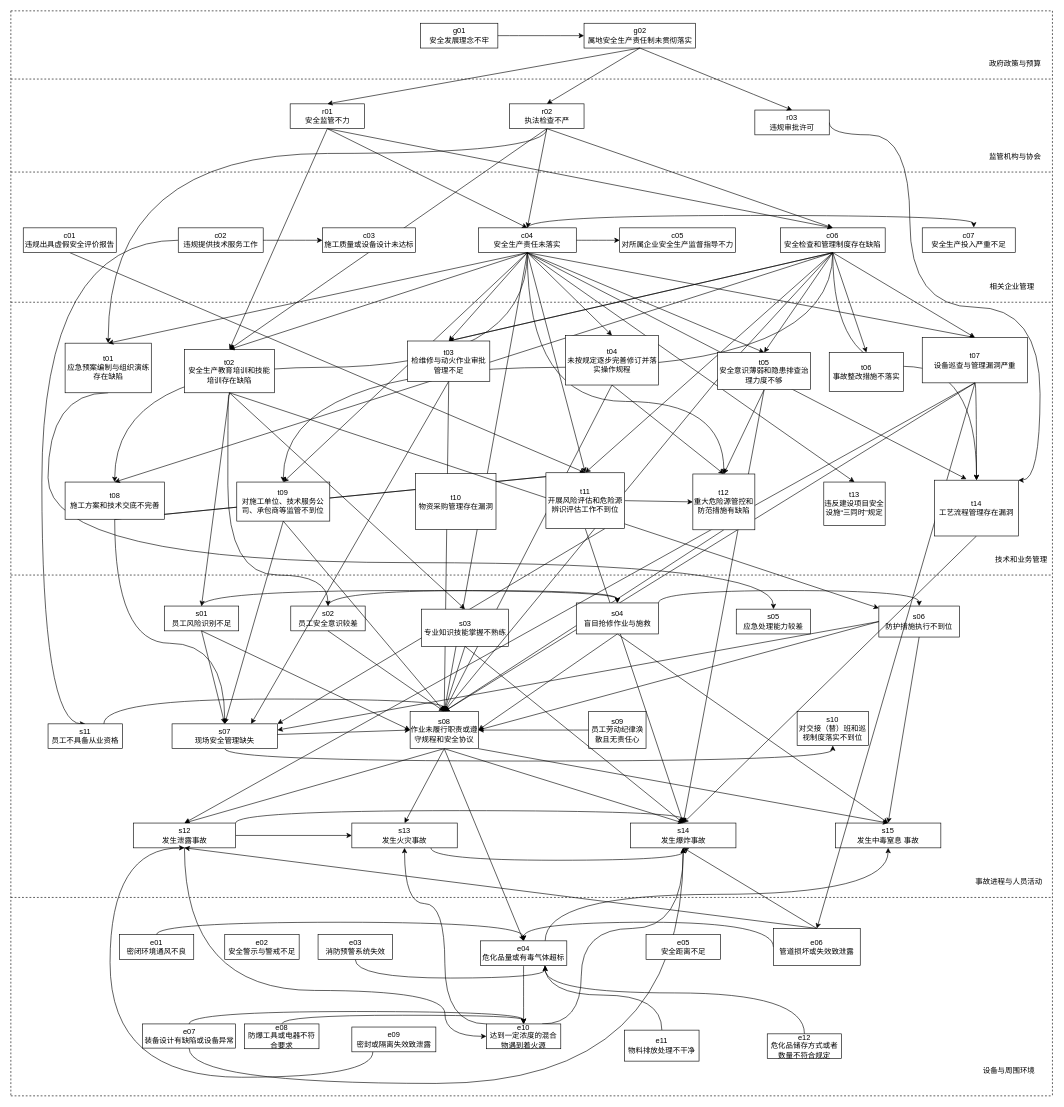
fangjiarong/docs keeps this draw.io diagram as 剔除次数少于5.drawio. Above is the earlier version. Source tidied: cells renumbered, new cells numbered last; positions are measured from the earlier drawing's top-left corner, leaving out a move shared by most shapes. Both pictures are drawn from the tidied source at 62%, with x=0, y=0 at pixel (11, 11).
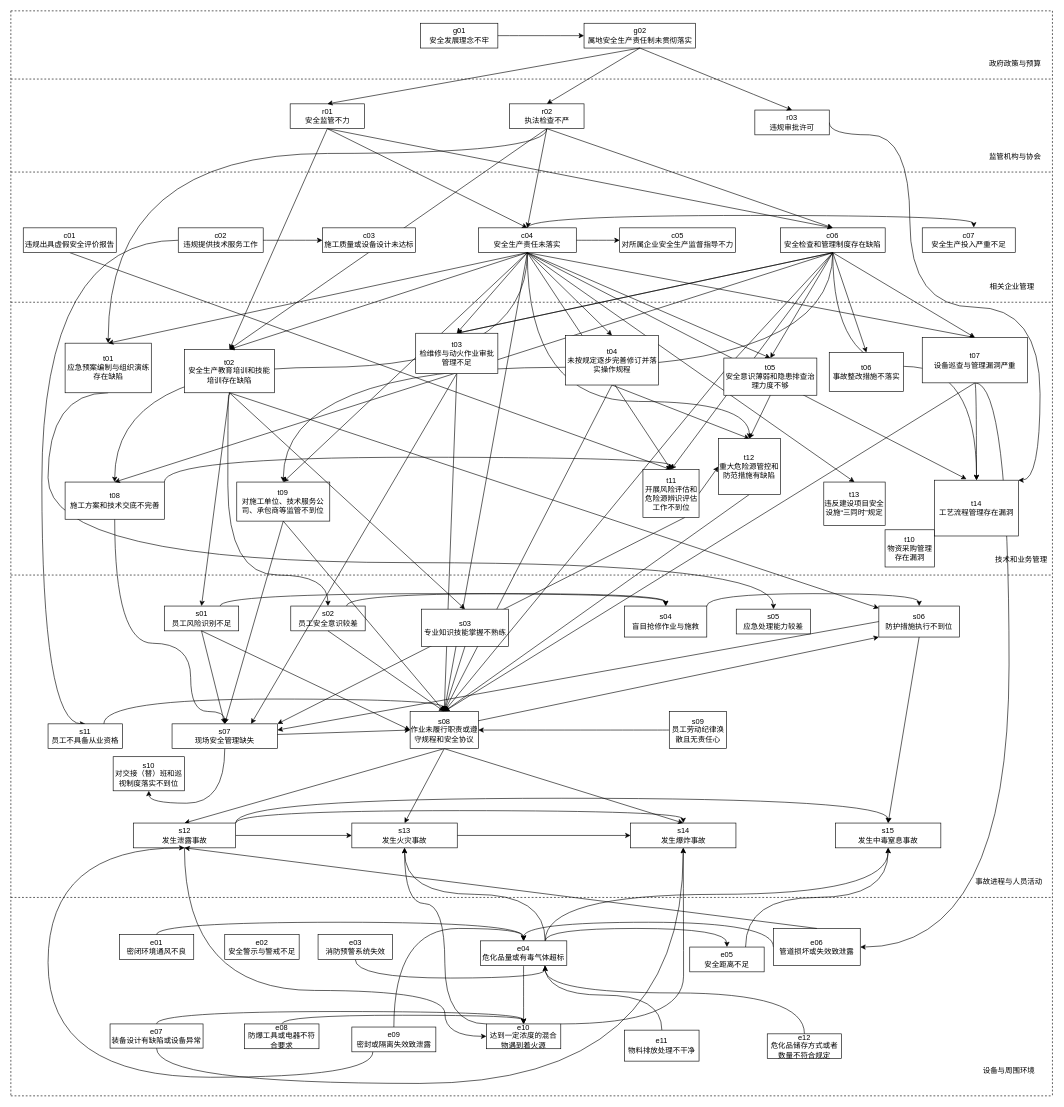
After the change.

Commit message:
更新剔除次数少于5.drawio

The change refers to these unchanged cells:
```xml
<mxCell id="32" value="c04&lt;br&gt;安全生产责任未落实" style="rounded=0;whiteSpace=wrap;html=1;" parent="1" vertex="1">
  <mxGeometry x="754" y="350" width="158" height="40" as="geometry" />
</mxCell>
<mxCell id="38" value="t08&lt;br&gt;施工方案和技术交底不完善" style="rounded=0;whiteSpace=wrap;html=1;" parent="1" vertex="1">
  <mxGeometry x="87.5" y="760" width="160" height="60" as="geometry" />
</mxCell>
<mxCell id="44" value="s08&lt;br&gt;作业未履行职责或遵守规程和安全协议" style="rounded=0;whiteSpace=wrap;html=1;" parent="1" vertex="1">
  <mxGeometry x="644" y="1130" width="110" height="60" as="geometry" />
</mxCell>
<mxCell id="47" value="s01&lt;br&gt;员工风险识别不足" style="rounded=0;whiteSpace=wrap;html=1;" parent="1" vertex="1">
  <mxGeometry x="247.5" y="960" width="120" height="40" as="geometry" />
</mxCell>
<mxCell id="49" value="s02&lt;br&gt;员工安全意识较差" style="rounded=0;whiteSpace=wrap;html=1;" parent="1" vertex="1">
  <mxGeometry x="451.5" y="960" width="120" height="40" as="geometry" />
</mxCell>
<mxCell id="52" value="s03&lt;br&gt;专业知识技能掌握不熟练" style="rounded=0;whiteSpace=wrap;html=1;" parent="1" vertex="1">
  <mxGeometry x="662.5" y="965" width="140" height="60" as="geometry" />
</mxCell>
<mxCell id="55" value="s07&lt;br&gt;现场安全管理缺失" style="rounded=0;whiteSpace=wrap;html=1;" parent="1" vertex="1">
  <mxGeometry x="260" y="1150" width="170" height="40" as="geometry" />
</mxCell>
<mxCell id="64" value="s06&lt;br&gt;防护措施执行不到位" style="rounded=0;whiteSpace=wrap;html=1;" parent="1" vertex="1">
  <mxGeometry x="1400" y="960" width="130" height="50" as="geometry" />
</mxCell>
<mxCell id="77" value="s12&lt;br&gt;发生泄露事故" style="rounded=0;whiteSpace=wrap;html=1;" parent="1" vertex="1">
  <mxGeometry x="197.5" y="1310" width="165" height="40" as="geometry" />
</mxCell>
<mxCell id="79" value="s13&lt;br&gt;发生火灾事故" style="rounded=0;whiteSpace=wrap;html=1;" parent="1" vertex="1">
  <mxGeometry x="550" y="1310" width="170" height="40" as="geometry" />
</mxCell>
<mxCell id="80" value="s14&lt;br&gt;发生爆炸事故" style="rounded=0;whiteSpace=wrap;html=1;" parent="1" vertex="1">
  <mxGeometry x="999.5" y="1310" width="170" height="40" as="geometry" />
</mxCell>
<mxCell id="83" value="e09&lt;br&gt;密封或隔离失效致泄露" style="rounded=0;whiteSpace=wrap;html=1;" parent="1" vertex="1">
  <mxGeometry x="550" y="1639" width="135.5" height="40" as="geometry" />
</mxCell>
<mxCell id="95" value="e10&lt;br&gt;达到一定浓度的混合物遇到着火源" style="rounded=0;whiteSpace=wrap;html=1;" parent="1" vertex="1">
  <mxGeometry x="767" y="1634" width="120" height="40" as="geometry" />
</mxCell>
<mxCell id="100" value="e06&lt;br&gt;管道损坏或失效致泄露" style="rounded=0;whiteSpace=wrap;html=1;" parent="1" vertex="1">
  <mxGeometry x="1230" y="1480" width="140" height="60" as="geometry" />
</mxCell>
<mxCell id="104" value="t07&lt;br&gt;设备巡查与管理漏洞严重" style="rounded=0;whiteSpace=wrap;html=1;" parent="1" vertex="1">
  <mxGeometry x="1470" y="527" width="170" height="73" as="geometry" />
</mxCell>
<mxCell id="157" value="e04&lt;br&gt;危化品量或有毒气体超标" style="rounded=0;whiteSpace=wrap;html=1;" parent="1" vertex="1">
  <mxGeometry x="757.2" y="1500" width="139.5" height="40" as="geometry" />
</mxCell>
<mxCell id="167" value="t14&lt;br&gt;工艺流程管理存在漏洞" style="rounded=0;whiteSpace=wrap;html=1;" parent="1" vertex="1">
  <mxGeometry x="1490" y="757" width="135" height="90" as="geometry" />
</mxCell>
```

The edit, as a diff of the source:
```diff
@@
-    <mxCell id="3" style="endArrow=classic;html=1;rounded=0;exitX=0.5;exitY=1;exitDx=0;exitDy=0;entryX=0.5;entryY=0;entryDx=0;entryDy=0;" parent="1" edge="1" source="165" target="80">
-      <mxGeometry relative="1" as="geometry" />
-    </mxCell>
-    <mxCell id="4" style="endArrow=classic;html=1;rounded=0;exitX=0.5;exitY=1;exitDx=0;exitDy=0;entryX=0.5;entryY=0;entryDx=0;entryDy=0;" parent="1" edge="1" source="41" target="81">
-      <mxGeometry relative="1" as="geometry" />
-    </mxCell>
@@
-    <mxCell id="7" style="endArrow=classic;html=1;rounded=0;exitX=0.5;exitY=1;exitDx=0;exitDy=0;entryX=0.5;entryY=0;entryDx=0;entryDy=0;" parent="1" edge="1" source="168" target="80">
-      <mxGeometry relative="1" as="geometry" />
-    </mxCell>
-    <mxCell id="8" style="endArrow=classic;html=1;rounded=0;entryX=0.5;entryY=0;entryDx=0;entryDy=0;exitX=0.5;exitY=1;exitDx=0;exitDy=0;" parent="1" edge="1" source="38" target="168">
-      <mxGeometry relative="1" as="geometry" />
-    </mxCell>
-    <mxCell id="9" style="endArrow=classic;html=1;rounded=0;exitX=0.5;exitY=1;exitDx=0;exitDy=0;entryX=0.5;entryY=0;entryDx=0;entryDy=0;" parent="1" edge="1" source="38" target="168">
-      <mxGeometry relative="1" as="geometry" />
-    </mxCell>
@@
     <mxCell id="30" style="edgeStyle=orthogonalEdgeStyle;curved=1;rounded=0;jettySize=auto;html=1;exitX=0.5;exitY=1;exitDx=0;exitDy=0;entryX=0.5;entryY=0;entryDx=0;entryDy=0;" parent="1" edge="1" source="32" target="161">
       <mxGeometry relative="1" as="geometry">
         <Array as="points">
           <mxPoint x="833" y="630" />
-          <mxPoint x="1150" y="630" />
+          <mxPoint x="1191" y="630" />
         </Array>
       </mxGeometry>
     </mxCell>
@@
     <mxCell id="37" style="edgeStyle=orthogonalEdgeStyle;curved=1;rounded=0;jettySize=auto;html=1;exitX=0.5;exitY=1;exitDx=0;exitDy=0;entryX=0.5;entryY=0;entryDx=0;entryDy=0;" parent="1" edge="1" source="38" target="55">
       <mxGeometry relative="1" as="geometry">
         <Array as="points">
           <mxPoint x="168" y="1020" />
-          <mxPoint x="345" y="1020" />
+          <mxPoint x="290" y="1020" />
+          <mxPoint x="290" y="1130" />
+          <mxPoint x="345" y="1130" />
         </Array>
       </mxGeometry>
     </mxCell>
+    <mxCell id="177" style="edgeStyle=orthogonalEdgeStyle;curved=1;rounded=0;jettySize=auto;html=1;exitX=1;exitY=0;exitDx=0;exitDy=0;entryX=0.5;entryY=0;entryDx=0;entryDy=0;" parent="1" edge="1" source="38" target="168">
+      <mxGeometry relative="1" as="geometry" />
+    </mxCell>
@@
     <mxCell id="41" value="s04&lt;br&gt;盲目抢修作业与施救" style="rounded=0;whiteSpace=wrap;html=1;" parent="1" vertex="1">
-      <mxGeometry x="912" y="955" width="132.5" height="50" as="geometry" />
+      <mxGeometry x="990" y="960" width="132.5" height="50" as="geometry" />
     </mxCell>
@@
-    <mxCell id="46" style="edgeStyle=orthogonalEdgeStyle;curved=1;rounded=0;jettySize=auto;html=1;exitX=0.5;exitY=0;exitDx=0;exitDy=0;entryX=0.5;entryY=0;entryDx=0;entryDy=0;" parent="1" edge="1" source="47" target="41">
+    <mxCell id="46" style="edgeStyle=orthogonalEdgeStyle;curved=1;rounded=0;jettySize=auto;html=1;exitX=0.75;exitY=0;exitDx=0;exitDy=0;entryX=0.5;entryY=0;entryDx=0;entryDy=0;" parent="1" edge="1" source="47" target="41">
       <mxGeometry relative="1" as="geometry" />
     </mxCell>
@@
-    <mxCell id="48" style="edgeStyle=orthogonalEdgeStyle;curved=1;rounded=0;jettySize=auto;html=1;exitX=0.5;exitY=0;exitDx=0;exitDy=0;entryX=0.5;entryY=0;entryDx=0;entryDy=0;" parent="1" edge="1" source="49" target="41">
+    <mxCell id="48" style="edgeStyle=orthogonalEdgeStyle;curved=1;rounded=0;jettySize=auto;html=1;exitX=0.75;exitY=0;exitDx=0;exitDy=0;entryX=0.5;entryY=0;entryDx=0;entryDy=0;" parent="1" edge="1" source="49" target="41">
       <mxGeometry relative="1" as="geometry" />
     </mxCell>
@@
     <mxCell id="51" value="s09&lt;br&gt;员工劳动纪律涣散且无责任心" style="rounded=0;whiteSpace=wrap;html=1;" parent="1" vertex="1">
-      <mxGeometry x="932" y="1130" width="92.5" height="60" as="geometry" />
+      <mxGeometry x="1062" y="1130" width="92.5" height="60" as="geometry" />
     </mxCell>
@@
     <mxCell id="63" value="s10&lt;br&gt;对交接（替）班和巡视制度落实不到位" style="rounded=0;whiteSpace=wrap;html=1;" parent="1" vertex="1">
-      <mxGeometry x="1268.2" y="1130" width="115" height="55" as="geometry" />
+      <mxGeometry x="165" y="1203" width="115" height="55" as="geometry" />
     </mxCell>
@@
     <mxCell id="71" value="t10&lt;br&gt;物资采购管理存在漏洞" style="rounded=0;whiteSpace=wrap;html=1;" parent="1" vertex="1">
-      <mxGeometry x="652.5" y="746.5" width="130" height="90" as="geometry" />
+      <mxGeometry x="1410" y="837" width="80" height="60" as="geometry" />
     </mxCell>
@@
+    <mxCell id="178" style="edgeStyle=orthogonalEdgeStyle;curved=1;rounded=0;jettySize=auto;html=1;exitX=1;exitY=0;exitDx=0;exitDy=0;entryX=0.5;entryY=0;entryDx=0;entryDy=0;" parent="1" edge="1" source="77" target="81">
+      <mxGeometry relative="1" as="geometry">
+        <Array as="points">
+          <mxPoint x="362" y="1270" />
+          <mxPoint x="1415" y="1270" />
+        </Array>
+      </mxGeometry>
+    </mxCell>
@@
-    <mxCell id="78" style="edgeStyle=orthogonalEdgeStyle;curved=1;rounded=0;jettySize=auto;html=1;exitX=0.75;exitY=1;exitDx=0;exitDy=0;entryX=0.5;entryY=1;entryDx=0;entryDy=0;" parent="1" edge="1" source="79" target="80">
+    <mxCell id="78" style="edgeStyle=none;rounded=0;jettySize=auto;html=1;exitX=1;exitY=0.5;exitDx=0;exitDy=0;entryX=0;entryY=0.5;entryDx=0;entryDy=0;" parent="1" edge="1" source="79" target="80">
       <mxGeometry relative="1" as="geometry" />
     </mxCell>
@@
-    <mxCell id="81" value="s15&lt;br&gt;发生中毒窒息 事故" style="rounded=0;whiteSpace=wrap;html=1;" parent="1" vertex="1">
+    <mxCell id="81" value="s15&lt;br&gt;发生中毒窒息事故" style="rounded=0;whiteSpace=wrap;html=1;" parent="1" vertex="1">
       <mxGeometry x="1330" y="1310" width="170" height="40" as="geometry" />
     </mxCell>
     <mxCell id="82" style="edgeStyle=orthogonalEdgeStyle;curved=1;rounded=0;jettySize=auto;html=1;exitX=0.25;exitY=1;exitDx=0;exitDy=0;entryX=0.5;entryY=1;entryDx=0;entryDy=0;" parent="1" edge="1" source="83" target="77">
       <mxGeometry relative="1" as="geometry">
         <Array as="points">
           <mxPoint x="584" y="1720" />
-          <mxPoint x="160" y="1720" />
-          <mxPoint x="160" y="1350" />
+          <mxPoint x="60" y="1720" />
+          <mxPoint x="60" y="1350" />
         </Array>
       </mxGeometry>
     </mxCell>
+    <mxCell id="179" style="edgeStyle=orthogonalEdgeStyle;curved=1;rounded=0;jettySize=auto;html=1;exitX=0.5;exitY=0;exitDx=0;exitDy=0;entryX=0.5;entryY=0;entryDx=0;entryDy=0;" parent="1" edge="1" source="83" target="157">
+      <mxGeometry relative="1" as="geometry" />
+    </mxCell>
@@
     <mxCell id="85" style="edgeStyle=orthogonalEdgeStyle;curved=1;rounded=0;jettySize=auto;html=1;exitX=0.5;exitY=1;exitDx=0;exitDy=0;entryX=0.5;entryY=1;entryDx=0;entryDy=0;" parent="1" edge="1" source="86" target="80">
       <mxGeometry relative="1" as="geometry">
         <Array as="points">
-          <mxPoint x="287" y="1730" />
-          <mxPoint x="1085" y="1730" />
+          <mxPoint x="235" y="1730" />
+          <mxPoint x="1084" y="1730" />
         </Array>
       </mxGeometry>
     </mxCell>
     <mxCell id="86" value="e07&lt;br&gt;装备设计有缺陷或设备异常" style="rounded=0;whiteSpace=wrap;html=1;" parent="1" vertex="1">
-      <mxGeometry x="212.5" y="1634" width="150" height="39" as="geometry" />
+      <mxGeometry x="160" y="1634" width="150" height="39" as="geometry" />
     </mxCell>
@@
     <mxCell id="92" style="edgeStyle=orthogonalEdgeStyle;curved=1;rounded=0;jettySize=auto;html=1;exitX=0.75;exitY=0;exitDx=0;exitDy=0;entryX=0.5;entryY=1;entryDx=0;entryDy=0;" parent="1" edge="1" source="157" target="81">
-      <mxGeometry relative="1" as="geometry" />
+      <mxGeometry relative="1" as="geometry">
+        <Array as="points">
+          <mxPoint x="862" y="1425" />
+          <mxPoint x="1415" y="1425" />
+        </Array>
+      </mxGeometry>
     </mxCell>
@@
-    <mxCell id="94" style="edgeStyle=orthogonalEdgeStyle;curved=1;rounded=0;jettySize=auto;html=1;exitX=0.75;exitY=0;exitDx=0;exitDy=0;entryX=0.5;entryY=1;entryDx=0;entryDy=0;" parent="1" edge="1" source="95" target="80">
+    <mxCell id="94" style="edgeStyle=orthogonalEdgeStyle;curved=1;rounded=0;jettySize=auto;html=1;exitX=1;exitY=0;exitDx=0;exitDy=0;entryX=0.5;entryY=1;entryDx=0;entryDy=0;" parent="1" edge="1" source="95" target="80">
       <mxGeometry relative="1" as="geometry">
         <Array as="points">
-          <mxPoint x="920" y="1634" />
-          <mxPoint x="920" y="1480" />
+          <mxPoint x="1085" y="1634" />
           <mxPoint x="1085" y="1480" />
         </Array>
       </mxGeometry>
     </mxCell>
@@
+    <mxCell id="180" style="edgeStyle=orthogonalEdgeStyle;curved=1;rounded=0;jettySize=auto;html=1;exitX=0.75;exitY=0;exitDx=0;exitDy=0;entryX=0.5;entryY=1;entryDx=0;entryDy=0;" parent="1" edge="1" source="96" target="81">
+      <mxGeometry relative="1" as="geometry" />
+    </mxCell>
     <mxCell id="96" value="e05&lt;br&gt;安全距离不足" style="rounded=0;whiteSpace=wrap;html=1;" parent="1" vertex="1">
-      <mxGeometry x="1024.5" y="1490" width="120" height="40" as="geometry" />
+      <mxGeometry x="1095" y="1510" width="120" height="40" as="geometry" />
     </mxCell>
@@
+    <mxCell id="140" style="edgeStyle=orthogonalEdgeStyle;curved=1;rounded=0;jettySize=auto;html=1;exitX=0.5;exitY=1;exitDx=0;exitDy=0;entryX=1;entryY=0.5;entryDx=0;entryDy=0;" parent="1" edge="1" source="104" target="100">
+      <mxGeometry relative="1" as="geometry">
+        <Array as="points">
+          <mxPoint x="1610" y="600" />
+          <mxPoint x="1610" y="1510" />
+        </Array>
+      </mxGeometry>
+    </mxCell>
@@
-    <mxCell id="121" style="endArrow=classic;html=1;rounded=0;exitX=0;exitY=0.5;exitDx=0;exitDy=0;entryX=1;entryY=0.5;entryDx=0;entryDy=0;" parent="1" edge="1" source="64" target="44">
+    <mxCell id="121" style="endArrow=classic;html=1;rounded=0;exitX=1;exitY=0.25;exitDx=0;exitDy=0;entryX=0;entryY=1;entryDx=0;entryDy=0;" parent="1" edge="1" source="44" target="64">
       <mxGeometry relative="1" as="geometry" />
     </mxCell>
@@
-    <mxCell id="125" style="endArrow=classic;html=1;rounded=0;exitX=0.5;exitY=1;exitDx=0;exitDy=0;entryX=0.5;entryY=0;entryDx=0;entryDy=0;" parent="1" edge="1" source="167" target="80">
-      <mxGeometry relative="1" as="geometry" />
-    </mxCell>
@@
-    <mxCell id="132" style="endArrow=classic;html=1;rounded=0;exitX=1;exitY=1;exitDx=0;exitDy=0;entryX=0.5;entryY=0;entryDx=0;entryDy=0;" parent="1" edge="1" source="44" target="81">
-      <mxGeometry relative="1" as="geometry" />
-    </mxCell>
-    <mxCell id="133" style="endArrow=classic;html=1;rounded=0;exitX=0.5;exitY=1;exitDx=0;exitDy=0;entryX=0.5;entryY=0;entryDx=0;entryDy=0;" parent="1" edge="1" source="44" target="157">
-      <mxGeometry relative="1" as="geometry" />
-    </mxCell>
@@
-    <mxCell id="135" style="endArrow=classic;html=1;rounded=0;exitX=0.5;exitY=1;exitDx=0;exitDy=0;entryX=0.5;entryY=0;entryDx=0;entryDy=0;" parent="1" edge="1" source="52" target="80">
-      <mxGeometry relative="1" as="geometry" />
-    </mxCell>
@@
-    <mxCell id="137" style="endArrow=classic;html=1;rounded=0;exitX=0.5;exitY=1;exitDx=0;exitDy=0;entryX=1;entryY=0.5;entryDx=0;entryDy=0;" parent="1" edge="1" source="41" target="44">
-      <mxGeometry relative="1" as="geometry" />
-    </mxCell>
@@
-    <mxCell id="140" style="endArrow=classic;html=1;rounded=0;exitX=0.5;exitY=1;exitDx=0;exitDy=0;entryX=0.5;entryY=0;entryDx=0;entryDy=0;" parent="1" edge="1" source="104" target="100">
-      <mxGeometry relative="1" as="geometry" />
-    </mxCell>
@@
-    <mxCell id="149" style="endArrow=classic;html=1;rounded=0;exitX=0.5;exitY=0;exitDx=0;exitDy=0;entryX=0.5;entryY=1;entryDx=0;entryDy=0;" parent="1" edge="1" source="100" target="80">
-      <mxGeometry relative="1" as="geometry" />
-    </mxCell>
@@
-    <mxCell id="151" style="endArrow=classic;html=1;rounded=0;exitX=0.5;exitY=1;exitDx=0;exitDy=0;entryX=0.5;entryY=0;entryDx=0;entryDy=0;" parent="1" edge="1" source="104" target="77">
-      <mxGeometry relative="1" as="geometry" />
-    </mxCell>
@@
+    <mxCell id="181" style="edgeStyle=orthogonalEdgeStyle;curved=1;rounded=0;jettySize=auto;html=1;exitX=0.75;exitY=0;exitDx=0;exitDy=0;entryX=0.5;entryY=1;entryDx=0;entryDy=0;" parent="1" edge="1" source="157" target="79">
+      <mxGeometry relative="1" as="geometry" />
+    </mxCell>
+    <mxCell id="182" style="edgeStyle=orthogonalEdgeStyle;curved=1;rounded=0;jettySize=auto;html=1;exitX=0.75;exitY=0;exitDx=0;exitDy=0;entryX=0.5;entryY=0;entryDx=0;entryDy=0;" parent="1" edge="1" source="157" target="96">
+      <mxGeometry relative="1" as="geometry" />
+    </mxCell>
@@
     <mxCell id="159" value="t03&lt;br&gt;检维修与动火作业审批管理不足" style="rounded=0;whiteSpace=wrap;html=1;" parent="1" vertex="1">
-      <mxGeometry x="640" y="532.5" width="132.5" height="65" as="geometry" />
+      <mxGeometry x="653" y="520" width="132.5" height="65" as="geometry" />
     </mxCell>
@@
     <mxCell id="161" value="t12&lt;br&gt;重大危险源管控和防范措施有缺陷" style="rounded=0;whiteSpace=wrap;html=1;" parent="1" vertex="1">
-      <mxGeometry x="1100" y="747" width="100" height="90" as="geometry" />
+      <mxGeometry x="1141.2" y="690" width="100" height="90" as="geometry" />
     </mxCell>
@@
     <mxCell id="165" value="t05&lt;br&gt;安全意识薄弱和隐患排查治理力度不够" style="rounded=0;whiteSpace=wrap;html=1;" parent="1" vertex="1">
-      <mxGeometry x="1140" y="551" width="150" height="60" as="geometry" />
+      <mxGeometry x="1150" y="560" width="150" height="60" as="geometry" />
     </mxCell>
@@
     <mxCell id="168" value="t11&lt;br&gt;开展风险评估和危险源辨识评估工作不到位" style="rounded=0;whiteSpace=wrap;html=1;" parent="1" vertex="1">
-      <mxGeometry x="863" y="745" width="127" height="90" as="geometry" />
+      <mxGeometry x="1019.5" y="740" width="90.5" height="77" as="geometry" />
     </mxCell>
```
